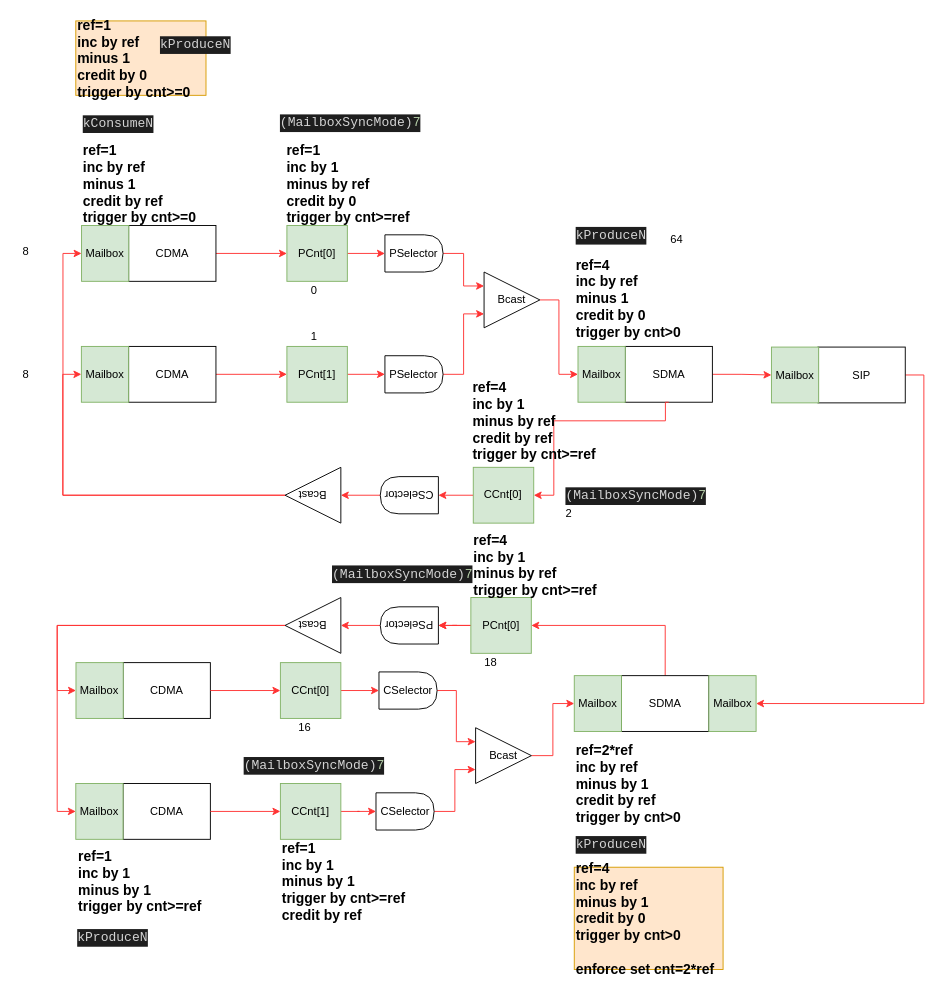
Before: page "N<->1" (1 of 8) of csync_conn.drawio in huntershuai/file_sync, a draw.io diagram. Source tidied: cells renumbered, new cells numbered last; positions are measured from the earlier drawing's top-left corner, leaving out a move shared by most shapes. Both pictures are drawn from the tidied source at 93%, with x=0, y=0 at pixel (16, 20).
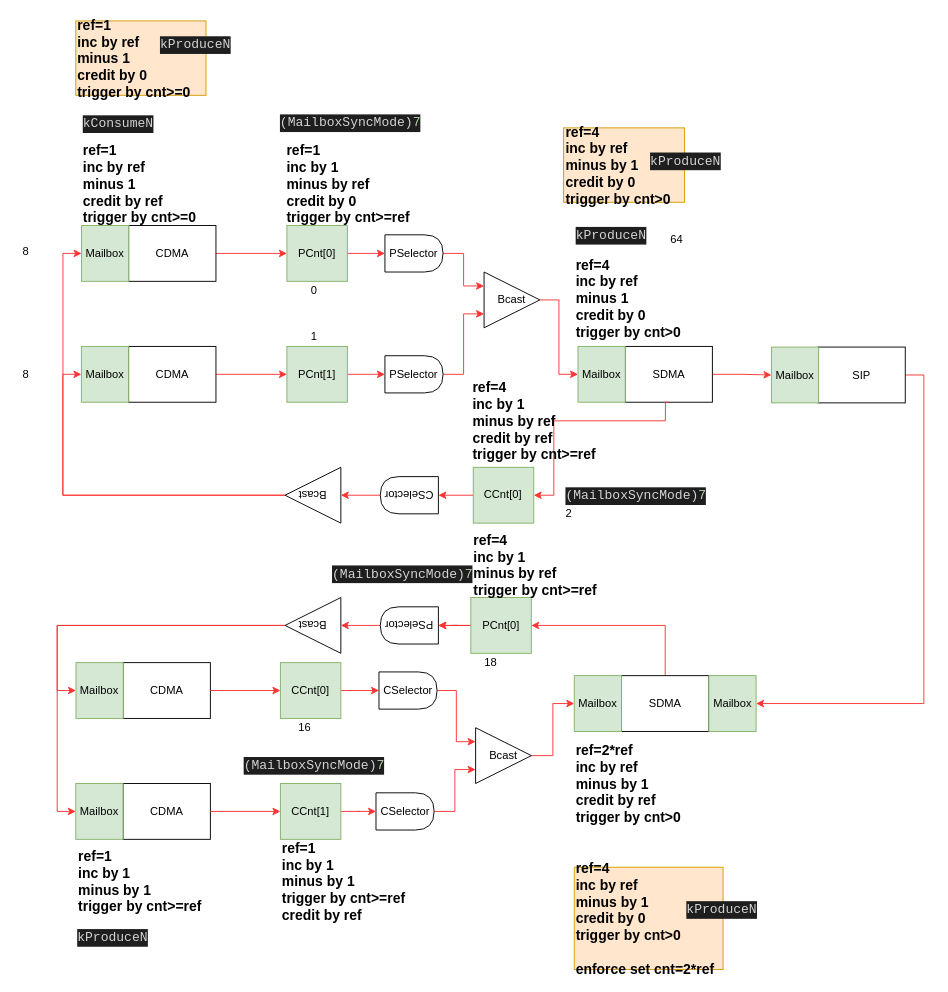
After the change.

The edit, as a diff of the source:
```diff
@@
     <mxCell id="89" value="&lt;div style=&quot;color: rgb(212, 212, 212); background-color: rgb(30, 30, 30); font-family: consolas, &amp;quot;courier new&amp;quot;, monospace; font-weight: normal; font-size: 14px; line-height: 19px;&quot;&gt;&lt;div&gt;&lt;span style=&quot;color: #d4d4d4&quot;&gt;kProduceN&lt;/span&gt;&lt;/div&gt;&lt;/div&gt;" style="text;whiteSpace=wrap;html=1;" parent="1" vertex="1">
-      <mxGeometry x="600" y="870" width="90" height="30" as="geometry" />
+      <mxGeometry x="718.5" y="940" width="90" height="30" as="geometry" />
     </mxCell>
@@
+    <mxCell id="96" value="&lt;font style=&quot;font-size: 15px&quot;&gt;&lt;b&gt;ref=4&lt;br&gt;inc by ref&lt;br&gt;minus by 1&lt;br&gt;credit by 0&lt;br&gt;trigger by cnt&amp;gt;0&lt;br&gt;&lt;/b&gt;&lt;/font&gt;" style="text;html=1;align=left;verticalAlign=middle;fillColor=#ffe6cc;strokeColor=#d79b00;" parent="1" vertex="1">
+      <mxGeometry x="588.5" y="115" width="130" height="80" as="geometry" />
+    </mxCell>
+    <mxCell id="97" value="&lt;div style=&quot;color: rgb(212, 212, 212); background-color: rgb(30, 30, 30); font-family: consolas, &amp;quot;courier new&amp;quot;, monospace; font-weight: normal; font-size: 14px; line-height: 19px;&quot;&gt;&lt;div&gt;&lt;span style=&quot;color: #d4d4d4&quot;&gt;kProduceN&lt;/span&gt;&lt;/div&gt;&lt;/div&gt;" style="text;whiteSpace=wrap;html=1;" parent="1" vertex="1">
+      <mxGeometry x="680" y="135" width="90" height="30" as="geometry" />
+    </mxCell>
```
